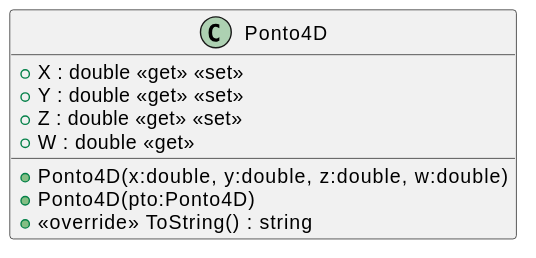
Earlier version of the PlantUML export CG_Biblioteca/svg/plantuml/Ponto4D.svg (majutestoni/disciplina_CG_2025_1).
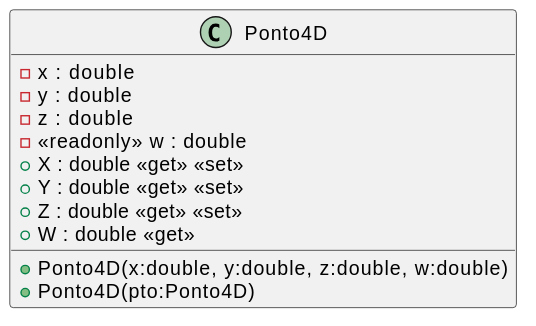
The same file after the commit.

Change to the diagram source:
```diff
@@ -1,11 +1,14 @@
 @startuml
 class Ponto4D {
+    - x : double
+    - y : double
+    - z : double
+    - <<readonly>> w : double
     + Ponto4D(x:double, y:double, z:double, w:double)
     + Ponto4D(pto:Ponto4D)
     + X : double <<get>> <<set>>
     + Y : double <<get>> <<set>>
     + Z : double <<get>> <<set>>
     + W : double <<get>>
-    + <<override>> ToString() : string
 }
 @enduml
```
